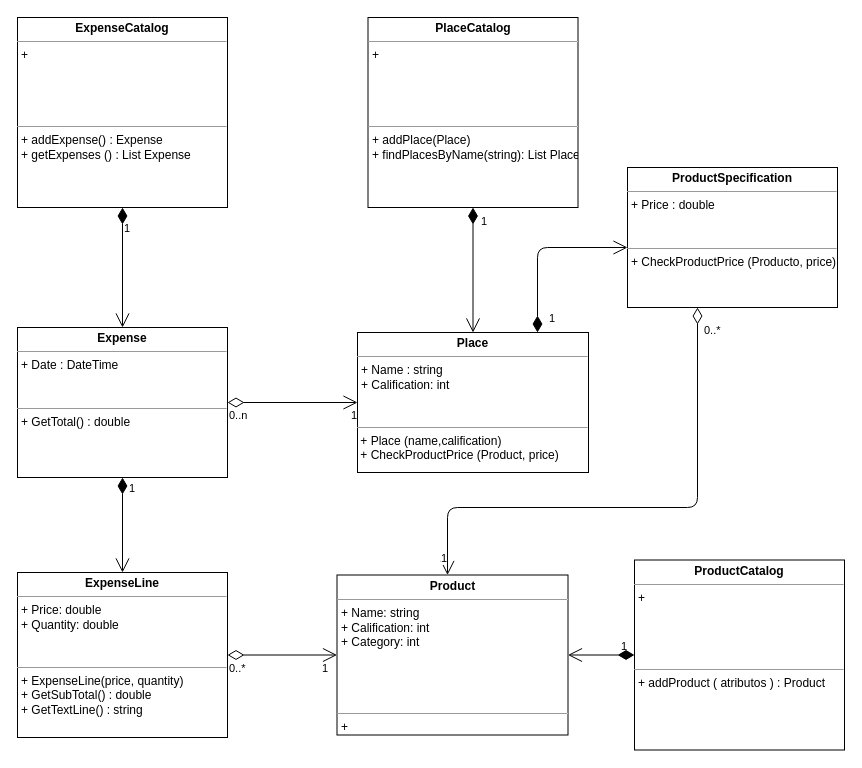
Above: uml.drawio in jorgemelnik/hiojan (draw.io), before the change. Source tidied: cells renumbered, new cells numbered last; positions are measured from the earlier drawing's top-left corner, leaving out a move shared by most shapes. Both pictures are drawn from the tidied source at 100%, with x=0, y=0 at pixel (17, 17).
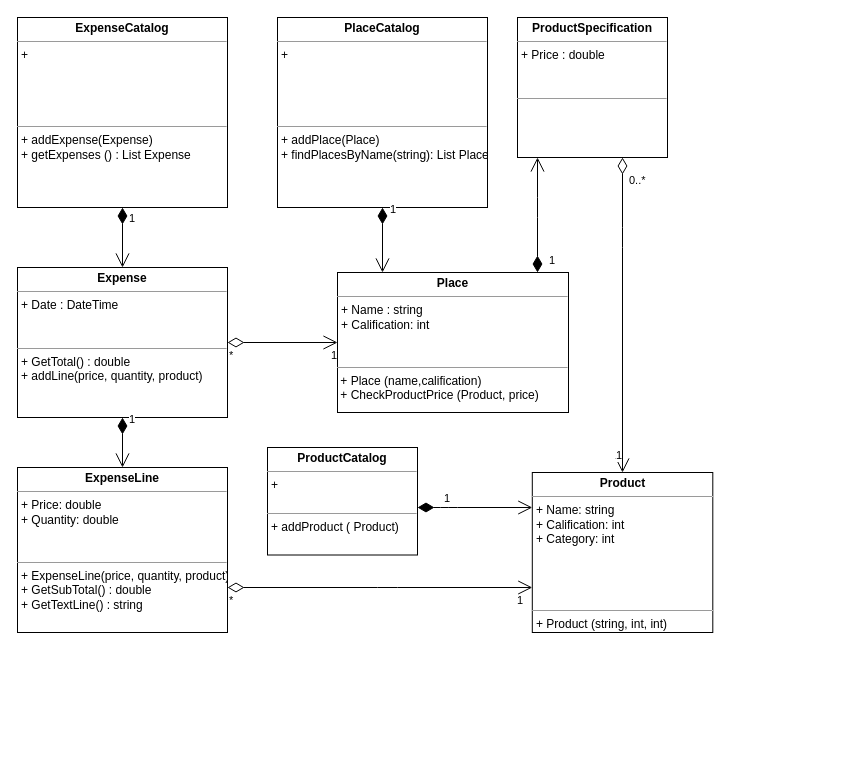
The same diagram, later.

The change refers to these unchanged cells:
```xml
<mxCell id="15" style="endArrow=open;html=1;endSize=12;startArrow=diamondThin;startSize=14;startFill=0;edgeStyle=orthogonalEdgeStyle;" parent="1" edge="1" source="9" target="2">
  <mxGeometry relative="1" as="geometry" />
</mxCell>
```

Diff of the diagram source:
```diff
@@
     <mxCell id="2" value="&lt;p style=&quot;margin: 0px ; margin-top: 4px ; text-align: center&quot;&gt;&lt;b&gt;Place&lt;/b&gt;&lt;/p&gt;&lt;hr size=&quot;1&quot;&gt;&lt;p style=&quot;margin: 0px ; margin-left: 4px&quot;&gt;+ Name : string&lt;/p&gt;&lt;p style=&quot;margin: 0px ; margin-left: 4px&quot;&gt;+ Calification: int&lt;/p&gt;&lt;p style=&quot;margin: 0px ; margin-left: 4px&quot;&gt;&lt;br&gt;&lt;/p&gt;&lt;p style=&quot;margin: 0px ; margin-left: 4px&quot;&gt;&lt;br&gt;&lt;/p&gt;&lt;hr size=&quot;1&quot;&gt;&lt;p style=&quot;margin: 0px ; margin-left: 4px&quot;&gt;&lt;/p&gt;&amp;nbsp;+ Place (name,calification)&lt;br&gt;&amp;nbsp;+ CheckProductPrice (Product, price)&lt;p style=&quot;margin: 0px ; margin-left: 4px&quot;&gt;&lt;br&gt;&lt;/p&gt;&lt;p style=&quot;margin: 0px ; margin-left: 4px&quot;&gt;&lt;br&gt;&lt;/p&gt;" style="verticalAlign=top;align=left;overflow=fill;fontSize=12;fontFamily=Helvetica;html=1;" parent="1" vertex="1">
-      <mxGeometry x="340" y="315" width="231" height="140" as="geometry" />
+      <mxGeometry x="320" y="255" width="231" height="140" as="geometry" />
     </mxCell>
-    <mxCell id="3" value="&lt;p style=&quot;margin: 0px ; margin-top: 4px ; text-align: center&quot;&gt;&lt;b&gt;ExpenseLine&lt;/b&gt;&lt;/p&gt;&lt;hr size=&quot;1&quot;&gt;&lt;p style=&quot;margin: 0px ; margin-left: 4px&quot;&gt;+ Price: double&lt;/p&gt;&lt;p style=&quot;margin: 0px ; margin-left: 4px&quot;&gt;+ Quantity: double&lt;/p&gt;&lt;p style=&quot;margin: 0px ; margin-left: 4px&quot;&gt;&lt;br&gt;&lt;/p&gt;&lt;p style=&quot;margin: 0px ; margin-left: 4px&quot;&gt;&lt;br&gt;&lt;/p&gt;&lt;hr size=&quot;1&quot;&gt;&lt;p style=&quot;margin: 0px ; margin-left: 4px&quot;&gt;+ ExpenseLine(price, quantity)&lt;/p&gt;&lt;p style=&quot;margin: 0px ; margin-left: 4px&quot;&gt;+ GetSubTotal() : double&amp;nbsp;&lt;/p&gt;&lt;p style=&quot;margin: 0px ; margin-left: 4px&quot;&gt;+ GetTextLine() : string&lt;/p&gt;" style="verticalAlign=top;align=left;overflow=fill;fontSize=12;fontFamily=Helvetica;html=1;" parent="1" vertex="1">
-      <mxGeometry y="555" width="210" height="165" as="geometry" />
+    <mxCell id="3" value="&lt;p style=&quot;margin: 0px ; margin-top: 4px ; text-align: center&quot;&gt;&lt;b&gt;ExpenseLine&lt;/b&gt;&lt;/p&gt;&lt;hr size=&quot;1&quot;&gt;&lt;p style=&quot;margin: 0px ; margin-left: 4px&quot;&gt;+ Price: double&lt;/p&gt;&lt;p style=&quot;margin: 0px ; margin-left: 4px&quot;&gt;+ Quantity: double&lt;/p&gt;&lt;p style=&quot;margin: 0px ; margin-left: 4px&quot;&gt;&lt;br&gt;&lt;/p&gt;&lt;p style=&quot;margin: 0px ; margin-left: 4px&quot;&gt;&lt;br&gt;&lt;/p&gt;&lt;hr size=&quot;1&quot;&gt;&lt;p style=&quot;margin: 0px ; margin-left: 4px&quot;&gt;+ ExpenseLine(price, quantity, product)&lt;/p&gt;&lt;p style=&quot;margin: 0px ; margin-left: 4px&quot;&gt;+ GetSubTotal() : double&amp;nbsp;&lt;/p&gt;&lt;p style=&quot;margin: 0px ; margin-left: 4px&quot;&gt;+ GetTextLine() : string&lt;/p&gt;" style="verticalAlign=top;align=left;overflow=fill;fontSize=12;fontFamily=Helvetica;html=1;" parent="1" vertex="1">
+      <mxGeometry y="450" width="210" height="165" as="geometry" />
     </mxCell>
-    <mxCell id="4" value="&lt;p style=&quot;margin: 0px ; margin-top: 4px ; text-align: center&quot;&gt;&lt;b&gt;ProductSpecification&lt;/b&gt;&lt;/p&gt;&lt;hr size=&quot;1&quot;&gt;&lt;p style=&quot;margin: 0px ; margin-left: 4px&quot;&gt;&lt;span&gt;+ Price : double&lt;/span&gt;&lt;br&gt;&lt;/p&gt;&lt;p style=&quot;margin: 0px ; margin-left: 4px&quot;&gt;&lt;br&gt;&lt;/p&gt;&lt;p style=&quot;margin: 0px ; margin-left: 4px&quot;&gt;&lt;br&gt;&lt;/p&gt;&lt;hr size=&quot;1&quot;&gt;&lt;p style=&quot;margin: 0px ; margin-left: 4px&quot;&gt;+ CheckProductPrice (Producto, price)&lt;/p&gt;" style="verticalAlign=top;align=left;overflow=fill;fontSize=12;fontFamily=Helvetica;html=1;" parent="1" vertex="1">
-      <mxGeometry x="610" y="150" width="210" height="140" as="geometry" />
+    <mxCell id="4" value="&lt;p style=&quot;margin: 0px ; margin-top: 4px ; text-align: center&quot;&gt;&lt;b&gt;ProductSpecification&lt;/b&gt;&lt;/p&gt;&lt;hr size=&quot;1&quot;&gt;&lt;p style=&quot;margin: 0px ; margin-left: 4px&quot;&gt;&lt;span&gt;+ Price : double&lt;/span&gt;&lt;br&gt;&lt;/p&gt;&lt;p style=&quot;margin: 0px ; margin-left: 4px&quot;&gt;&lt;br&gt;&lt;/p&gt;&lt;p style=&quot;margin: 0px ; margin-left: 4px&quot;&gt;&lt;br&gt;&lt;/p&gt;&lt;hr size=&quot;1&quot;&gt;&lt;p style=&quot;margin: 0px ; margin-left: 4px&quot;&gt;&lt;br&gt;&lt;/p&gt;" style="verticalAlign=top;align=left;overflow=fill;fontSize=12;fontFamily=Helvetica;html=1;" parent="1" vertex="1">
+      <mxGeometry x="500" width="150" height="140" as="geometry" />
     </mxCell>
-    <mxCell id="5" value="&lt;p style=&quot;margin: 0px ; margin-top: 4px ; text-align: center&quot;&gt;&lt;b&gt;ProductCatalog&lt;/b&gt;&lt;/p&gt;&lt;hr size=&quot;1&quot;&gt;&lt;p style=&quot;margin: 0px ; margin-left: 4px&quot;&gt;+&amp;nbsp;&lt;/p&gt;&lt;p style=&quot;margin: 0px ; margin-left: 4px&quot;&gt;&lt;br&gt;&lt;/p&gt;&lt;p style=&quot;margin: 0px ; margin-left: 4px&quot;&gt;&lt;br&gt;&lt;/p&gt;&lt;p style=&quot;margin: 0px ; margin-left: 4px&quot;&gt;&lt;br&gt;&lt;/p&gt;&lt;p style=&quot;margin: 0px ; margin-left: 4px&quot;&gt;&lt;br&gt;&lt;/p&gt;&lt;hr size=&quot;1&quot;&gt;&lt;p style=&quot;margin: 0px ; margin-left: 4px&quot;&gt;+ addProduct ( atributos ) : Product&lt;/p&gt;&lt;p style=&quot;margin: 0px ; margin-left: 4px&quot;&gt;&lt;br&gt;&lt;/p&gt;&lt;p style=&quot;margin: 0px ; margin-left: 4px&quot;&gt;&lt;br&gt;&lt;/p&gt;" style="verticalAlign=top;align=left;overflow=fill;fontSize=12;fontFamily=Helvetica;html=1;" parent="1" vertex="1">
-      <mxGeometry x="617" y="542.5" width="210" height="190" as="geometry" />
+    <mxCell id="5" value="&lt;p style=&quot;margin: 0px ; margin-top: 4px ; text-align: center&quot;&gt;&lt;b&gt;ProductCatalog&lt;/b&gt;&lt;/p&gt;&lt;hr size=&quot;1&quot;&gt;&lt;p style=&quot;margin: 0px ; margin-left: 4px&quot;&gt;+&amp;nbsp;&lt;/p&gt;&lt;p style=&quot;margin: 0px ; margin-left: 4px&quot;&gt;&lt;br&gt;&lt;/p&gt;&lt;hr size=&quot;1&quot;&gt;&lt;p style=&quot;margin: 0px ; margin-left: 4px&quot;&gt;+ addProduct ( Product)&lt;/p&gt;" style="verticalAlign=top;align=left;overflow=fill;fontSize=12;fontFamily=Helvetica;html=1;" parent="1" vertex="1">
+      <mxGeometry x="250" y="430" width="150" height="107.5" as="geometry" />
     </mxCell>
-    <mxCell id="6" value="&lt;p style=&quot;margin: 0px ; margin-top: 4px ; text-align: center&quot;&gt;&lt;b&gt;Product&lt;/b&gt;&lt;/p&gt;&lt;hr size=&quot;1&quot;&gt;&lt;p style=&quot;margin: 0px ; margin-left: 4px&quot;&gt;+ Name: string&lt;/p&gt;&lt;p style=&quot;margin: 0px ; margin-left: 4px&quot;&gt;+ Calification: int&lt;/p&gt;&lt;p style=&quot;margin: 0px ; margin-left: 4px&quot;&gt;+ Category: int&lt;/p&gt;&lt;p style=&quot;margin: 0px ; margin-left: 4px&quot;&gt;&lt;br&gt;&lt;/p&gt;&lt;p style=&quot;margin: 0px ; margin-left: 4px&quot;&gt;&lt;br&gt;&lt;/p&gt;&lt;p style=&quot;margin: 0px ; margin-left: 4px&quot;&gt;&lt;br&gt;&lt;/p&gt;&lt;p style=&quot;margin: 0px ; margin-left: 4px&quot;&gt;&lt;br&gt;&lt;/p&gt;&lt;hr size=&quot;1&quot;&gt;&lt;p style=&quot;margin: 0px ; margin-left: 4px&quot;&gt;+&amp;nbsp;&lt;/p&gt;&lt;p style=&quot;margin: 0px ; margin-left: 4px&quot;&gt;&lt;br&gt;&lt;/p&gt;&lt;p style=&quot;margin: 0px ; margin-left: 4px&quot;&gt;&lt;br&gt;&lt;/p&gt;" style="verticalAlign=top;align=left;overflow=fill;fontSize=12;fontFamily=Helvetica;html=1;" parent="1" vertex="1">
-      <mxGeometry x="319.5" y="557.5" width="231" height="160" as="geometry" />
+    <mxCell id="6" value="&lt;p style=&quot;margin: 0px ; margin-top: 4px ; text-align: center&quot;&gt;&lt;b&gt;Product&lt;/b&gt;&lt;/p&gt;&lt;hr size=&quot;1&quot;&gt;&lt;p style=&quot;margin: 0px ; margin-left: 4px&quot;&gt;+ Name: string&lt;/p&gt;&lt;p style=&quot;margin: 0px ; margin-left: 4px&quot;&gt;+ Calification: int&lt;/p&gt;&lt;p style=&quot;margin: 0px ; margin-left: 4px&quot;&gt;+ Category: int&lt;/p&gt;&lt;p style=&quot;margin: 0px ; margin-left: 4px&quot;&gt;&lt;br&gt;&lt;/p&gt;&lt;p style=&quot;margin: 0px ; margin-left: 4px&quot;&gt;&lt;br&gt;&lt;/p&gt;&lt;p style=&quot;margin: 0px ; margin-left: 4px&quot;&gt;&lt;br&gt;&lt;/p&gt;&lt;p style=&quot;margin: 0px ; margin-left: 4px&quot;&gt;&lt;br&gt;&lt;/p&gt;&lt;hr size=&quot;1&quot;&gt;&lt;p style=&quot;margin: 0px ; margin-left: 4px&quot;&gt;+ Product (string, int, int)&lt;/p&gt;&lt;p style=&quot;margin: 0px ; margin-left: 4px&quot;&gt;&lt;br&gt;&lt;/p&gt;&lt;p style=&quot;margin: 0px ; margin-left: 4px&quot;&gt;&lt;br&gt;&lt;/p&gt;" style="verticalAlign=top;align=left;overflow=fill;fontSize=12;fontFamily=Helvetica;html=1;" parent="1" vertex="1">
+      <mxGeometry x="514.8" y="455" width="180.5" height="160" as="geometry" />
     </mxCell>
-    <mxCell id="7" value="&lt;p style=&quot;margin: 0px ; margin-top: 4px ; text-align: center&quot;&gt;&lt;b&gt;ExpenseCatalog&lt;/b&gt;&lt;/p&gt;&lt;hr size=&quot;1&quot;&gt;&lt;p style=&quot;margin: 0px ; margin-left: 4px&quot;&gt;+&amp;nbsp;&lt;/p&gt;&lt;p style=&quot;margin: 0px ; margin-left: 4px&quot;&gt;&lt;br&gt;&lt;/p&gt;&lt;p style=&quot;margin: 0px ; margin-left: 4px&quot;&gt;&lt;br&gt;&lt;/p&gt;&lt;p style=&quot;margin: 0px ; margin-left: 4px&quot;&gt;&lt;br&gt;&lt;/p&gt;&lt;p style=&quot;margin: 0px ; margin-left: 4px&quot;&gt;&lt;br&gt;&lt;/p&gt;&lt;hr size=&quot;1&quot;&gt;&lt;p style=&quot;margin: 0px ; margin-left: 4px&quot;&gt;+ addExpense() : Expense&lt;/p&gt;&lt;p style=&quot;margin: 0px ; margin-left: 4px&quot;&gt;+ getExpenses () : List Expense&lt;/p&gt;&lt;p style=&quot;margin: 0px ; margin-left: 4px&quot;&gt;&lt;br&gt;&lt;/p&gt;&lt;p style=&quot;margin: 0px ; margin-left: 4px&quot;&gt;&lt;br&gt;&lt;/p&gt;" style="verticalAlign=top;align=left;overflow=fill;fontSize=12;fontFamily=Helvetica;html=1;" parent="1" vertex="1">
+    <mxCell id="7" value="&lt;p style=&quot;margin: 0px ; margin-top: 4px ; text-align: center&quot;&gt;&lt;b&gt;ExpenseCatalog&lt;/b&gt;&lt;/p&gt;&lt;hr size=&quot;1&quot;&gt;&lt;p style=&quot;margin: 0px ; margin-left: 4px&quot;&gt;+&amp;nbsp;&lt;/p&gt;&lt;p style=&quot;margin: 0px ; margin-left: 4px&quot;&gt;&lt;br&gt;&lt;/p&gt;&lt;p style=&quot;margin: 0px ; margin-left: 4px&quot;&gt;&lt;br&gt;&lt;/p&gt;&lt;p style=&quot;margin: 0px ; margin-left: 4px&quot;&gt;&lt;br&gt;&lt;/p&gt;&lt;p style=&quot;margin: 0px ; margin-left: 4px&quot;&gt;&lt;br&gt;&lt;/p&gt;&lt;hr size=&quot;1&quot;&gt;&lt;p style=&quot;margin: 0px ; margin-left: 4px&quot;&gt;+ addExpense(Expense)&lt;/p&gt;&lt;p style=&quot;margin: 0px ; margin-left: 4px&quot;&gt;+ getExpenses () : List Expense&lt;/p&gt;&lt;p style=&quot;margin: 0px ; margin-left: 4px&quot;&gt;&lt;br&gt;&lt;/p&gt;&lt;p style=&quot;margin: 0px ; margin-left: 4px&quot;&gt;&lt;br&gt;&lt;/p&gt;" style="verticalAlign=top;align=left;overflow=fill;fontSize=12;fontFamily=Helvetica;html=1;" parent="1" vertex="1">
       <mxGeometry width="210" height="190" as="geometry" />
     </mxCell>
     <mxCell id="8" value="&lt;p style=&quot;margin: 0px ; margin-top: 4px ; text-align: center&quot;&gt;&lt;b&gt;PlaceCatalog&lt;/b&gt;&lt;/p&gt;&lt;hr size=&quot;1&quot;&gt;&lt;p style=&quot;margin: 0px ; margin-left: 4px&quot;&gt;+&amp;nbsp;&lt;/p&gt;&lt;p style=&quot;margin: 0px ; margin-left: 4px&quot;&gt;&lt;br&gt;&lt;/p&gt;&lt;p style=&quot;margin: 0px ; margin-left: 4px&quot;&gt;&lt;br&gt;&lt;/p&gt;&lt;p style=&quot;margin: 0px ; margin-left: 4px&quot;&gt;&lt;br&gt;&lt;/p&gt;&lt;p style=&quot;margin: 0px ; margin-left: 4px&quot;&gt;&lt;br&gt;&lt;/p&gt;&lt;hr size=&quot;1&quot;&gt;&lt;p style=&quot;margin: 0px ; margin-left: 4px&quot;&gt;+ addPlace(Place)&lt;/p&gt;&lt;p style=&quot;margin: 0px ; margin-left: 4px&quot;&gt;+ findPlacesByName(string): List Place&lt;/p&gt;&lt;p style=&quot;margin: 0px ; margin-left: 4px&quot;&gt;&lt;br&gt;&lt;/p&gt;&lt;p style=&quot;margin: 0px ; margin-left: 4px&quot;&gt;&lt;br&gt;&lt;/p&gt;" style="verticalAlign=top;align=left;overflow=fill;fontSize=12;fontFamily=Helvetica;html=1;" parent="1" vertex="1">
-      <mxGeometry x="350.5" width="210" height="190" as="geometry" />
+      <mxGeometry x="260" width="210" height="190" as="geometry" />
     </mxCell>
-    <mxCell id="9" value="&lt;p style=&quot;margin: 0px ; margin-top: 4px ; text-align: center&quot;&gt;&lt;b&gt;Expense&lt;/b&gt;&lt;/p&gt;&lt;hr size=&quot;1&quot;&gt;&lt;p style=&quot;margin: 0px ; margin-left: 4px&quot;&gt;+ Date : DateTime&lt;/p&gt;&lt;p style=&quot;margin: 0px ; margin-left: 4px&quot;&gt;&lt;br&gt;&lt;/p&gt;&lt;p style=&quot;margin: 0px ; margin-left: 4px&quot;&gt;&lt;br&gt;&lt;/p&gt;&lt;hr size=&quot;1&quot;&gt;&lt;p style=&quot;margin: 0px ; margin-left: 4px&quot;&gt;+ GetTotal() : double&lt;/p&gt;&lt;p style=&quot;margin: 0px ; margin-left: 4px&quot;&gt;&lt;br&gt;&lt;/p&gt;" style="verticalAlign=top;align=left;overflow=fill;fontSize=12;fontFamily=Helvetica;html=1;" parent="1" vertex="1">
-      <mxGeometry y="310" width="210" height="150" as="geometry" />
+    <mxCell id="9" value="&lt;p style=&quot;margin: 0px ; margin-top: 4px ; text-align: center&quot;&gt;&lt;b&gt;Expense&lt;/b&gt;&lt;/p&gt;&lt;hr size=&quot;1&quot;&gt;&lt;p style=&quot;margin: 0px ; margin-left: 4px&quot;&gt;+ Date : DateTime&lt;/p&gt;&lt;p style=&quot;margin: 0px ; margin-left: 4px&quot;&gt;&lt;br&gt;&lt;/p&gt;&lt;p style=&quot;margin: 0px ; margin-left: 4px&quot;&gt;&lt;br&gt;&lt;/p&gt;&lt;hr size=&quot;1&quot;&gt;&lt;p style=&quot;margin: 0px ; margin-left: 4px&quot;&gt;+ GetTotal() : double&lt;/p&gt;&lt;p style=&quot;margin: 0px ; margin-left: 4px&quot;&gt;+ addLine(price, quantity, product)&lt;/p&gt;&lt;p style=&quot;margin: 0px ; margin-left: 4px&quot;&gt;&lt;br&gt;&lt;/p&gt;" style="verticalAlign=top;align=left;overflow=fill;fontSize=12;fontFamily=Helvetica;html=1;" parent="1" vertex="1">
+      <mxGeometry y="250" width="210" height="150" as="geometry" />
     </mxCell>
@@
     <mxCell id="11" value="1" style="endArrow=open;html=1;endSize=12;startArrow=diamondThin;startSize=14;startFill=1;edgeStyle=orthogonalEdgeStyle;align=left;verticalAlign=bottom;" parent="1" edge="1" source="8" target="2">
       <mxGeometry x="-0.62" y="6" relative="1" as="geometry">
+        <Array as="points">
+          <mxPoint x="365" y="300" />
+          <mxPoint x="365" y="300" />
+        </Array>
         <mxPoint y="-1" as="offset" />
       </mxGeometry>
     </mxCell>
     <mxCell id="12" value="1" style="endArrow=open;html=1;endSize=12;startArrow=diamondThin;startSize=14;startFill=1;edgeStyle=orthogonalEdgeStyle;align=left;verticalAlign=bottom;entryX=0.5;entryY=0;entryDx=0;entryDy=0;" parent="1" edge="1" source="7" target="9">
-      <mxGeometry x="-0.5" relative="1" as="geometry" />
+      <mxGeometry x="-0.33" y="5" relative="1" as="geometry" />
     </mxCell>
     <mxCell id="13" value="1" style="endArrow=open;html=1;endSize=12;startArrow=diamondThin;startSize=14;startFill=1;edgeStyle=orthogonalEdgeStyle;align=left;verticalAlign=bottom;" parent="1" edge="1" source="2" target="4">
       <mxGeometry x="-0.94" y="-10" relative="1" as="geometry">
         <Array as="points">
-          <mxPoint x="520" y="230" />
+          <mxPoint x="520" y="190" />
+          <mxPoint x="520" y="190" />
         </Array>
       </mxGeometry>
     </mxCell>
     <mxCell id="14" value="1" style="endArrow=open;html=1;endSize=12;startArrow=diamondThin;startSize=14;startFill=1;edgeStyle=orthogonalEdgeStyle;align=left;verticalAlign=bottom;labelBackgroundColor=none;" parent="1" edge="1" source="5" target="6">
-      <mxGeometry x="-0.56" relative="1" as="geometry" />
+      <mxGeometry x="-0.56" relative="1" as="geometry">
+        <Array as="points">
+          <mxPoint x="430" y="490" />
+          <mxPoint x="430" y="490" />
+        </Array>
+      </mxGeometry>
     </mxCell>
@@
-    <mxCell id="16" value="0..n" style="edgeLabel;html=1;align=left;verticalAlign=top;" parent="15" vertex="1">
+    <mxCell id="16" value="*" style="edgeLabel;html=1;align=left;verticalAlign=top;" parent="15" vertex="1">
       <mxGeometry x="-1" relative="1" as="geometry" />
     </mxCell>
@@
     <mxCell id="18" style="endArrow=open;html=1;endSize=12;startArrow=diamondThin;startSize=14;startFill=0;edgeStyle=orthogonalEdgeStyle;labelBackgroundColor=none;" parent="1" edge="1" source="3" target="6">
-      <mxGeometry relative="1" as="geometry" />
+      <mxGeometry relative="1" as="geometry">
+        <Array as="points">
+          <mxPoint x="370" y="570" />
+          <mxPoint x="370" y="570" />
+        </Array>
+      </mxGeometry>
     </mxCell>
-    <mxCell id="19" value="0..*" style="edgeLabel;html=1;align=left;verticalAlign=top;" parent="18" vertex="1">
+    <mxCell id="19" value="*" style="edgeLabel;html=1;align=left;verticalAlign=top;" parent="18" vertex="1">
       <mxGeometry x="-1" relative="1" as="geometry" />
     </mxCell>
@@
     <mxCell id="21" style="endArrow=open;html=1;endSize=12;startArrow=diamondThin;startSize=14;startFill=0;edgeStyle=orthogonalEdgeStyle;" parent="1" edge="1" source="4" target="6">
       <mxGeometry relative="1" as="geometry">
         <Array as="points">
-          <mxPoint x="680" y="490" />
-          <mxPoint x="430" y="490" />
+          <mxPoint x="605" y="220" />
+          <mxPoint x="605" y="220" />
         </Array>
       </mxGeometry>
     </mxCell>
```
